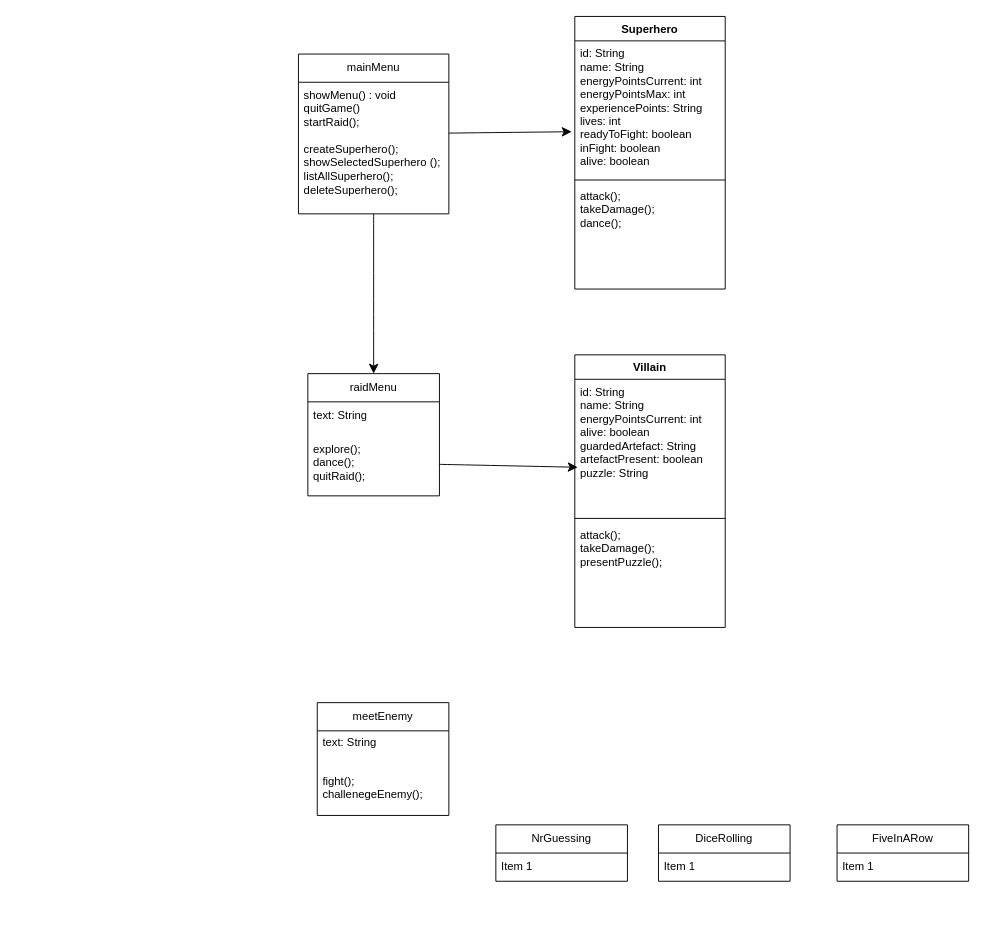
HansKircheisenHTW/programmierprojekt-prog keeps this draw.io diagram as page "Kopie von Page-1" (2 of 2) of Hauptmenü KD.drawio. Above is the earlier version. Source tidied: cells renumbered, new cells numbered last; positions are measured from the earlier drawing's top-left corner, leaving out a move shared by most shapes. Both pictures are drawn from the tidied source at 94%, with x=0, y=0 at pixel (298, 16).
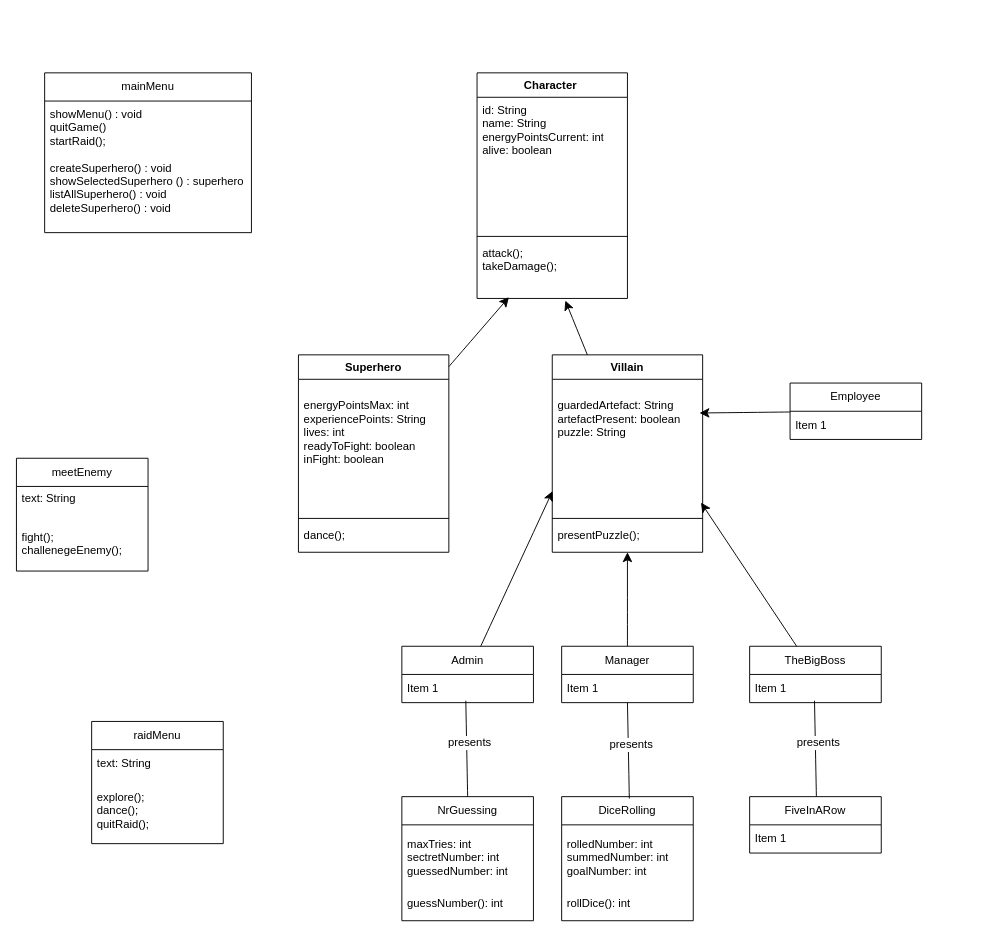
Above is the later version.

The change refers to these unchanged cells:
```xml
<mxCell id="14" value="explore();&lt;div&gt;dance();&amp;nbsp;&lt;/div&gt;&lt;div&gt;quitRaid();&lt;/div&gt;" style="text;strokeColor=none;fillColor=none;align=left;verticalAlign=middle;spacingLeft=4;spacingRight=4;overflow=hidden;points=[[0,0.5],[1,0.5]];portConstraint=eastwest;whiteSpace=wrap;html=1;" parent="12" vertex="1">
  <mxGeometry y="60" width="140" height="70" as="geometry" />
</mxCell>
```

Change to the diagram source:
```diff
@@
     <mxCell id="2" value="Superhero" style="swimlane;fontStyle=1;align=center;verticalAlign=top;horizontal=1;startSize=26;whiteSpace=wrap;html=1;" parent="1" vertex="1">
-      <mxGeometry x="294" width="160" height="290" as="geometry" />
+      <mxGeometry y="360" width="160" height="210" as="geometry" />
     </mxCell>
-    <mxCell id="3" value="id: String&amp;nbsp;&lt;div&gt;name: String&lt;/div&gt;&lt;div&gt;energyPointsCurrent: int&amp;nbsp;&lt;/div&gt;&lt;div&gt;energyPointsMax: int&lt;/div&gt;&lt;div&gt;experiencePoints: String&lt;/div&gt;&lt;div&gt;lives: int&lt;/div&gt;&lt;div&gt;readyToFight: boolean&lt;/div&gt;&lt;div&gt;inFight: boolean&amp;nbsp;&lt;/div&gt;&lt;div&gt;alive: boolean&amp;nbsp;&lt;/div&gt;&lt;div&gt;&lt;br&gt;&lt;/div&gt;" style="text;strokeColor=none;fillColor=none;align=left;verticalAlign=top;spacingLeft=4;spacingRight=4;overflow=hidden;points=[[0,0.5],[1,0.5]];portConstraint=eastwest;whiteSpace=wrap;html=1;" parent="2" vertex="1">
+    <mxCell id="3" value="&lt;br&gt;&lt;div&gt;energyPointsMax: int&lt;/div&gt;&lt;div&gt;experiencePoints: String&lt;/div&gt;&lt;div&gt;lives: int&lt;/div&gt;&lt;div&gt;readyToFight: boolean&lt;/div&gt;&lt;div&gt;inFight: boolean&amp;nbsp;&lt;/div&gt;&lt;div&gt;&lt;br&gt;&lt;/div&gt;&lt;div&gt;&lt;br&gt;&lt;/div&gt;&lt;div&gt;&lt;br&gt;&lt;/div&gt;" style="text;strokeColor=none;fillColor=none;align=left;verticalAlign=top;spacingLeft=4;spacingRight=4;overflow=hidden;points=[[0,0.5],[1,0.5]];portConstraint=eastwest;whiteSpace=wrap;html=1;" parent="2" vertex="1">
       <mxGeometry y="26" width="160" height="144" as="geometry" />
     </mxCell>
@@
-    <mxCell id="5" value="&lt;div&gt;&lt;div&gt;attack();&lt;/div&gt;&lt;/div&gt;&lt;div&gt;takeDamage();&lt;/div&gt;&lt;div&gt;dance();&lt;/div&gt;&lt;div&gt;&lt;br&gt;&lt;/div&gt;" style="text;strokeColor=none;fillColor=none;align=left;verticalAlign=top;spacingLeft=4;spacingRight=4;overflow=hidden;whiteSpace=wrap;html=1;" parent="2" vertex="1">
-      <mxGeometry y="178" width="160" height="112" as="geometry" />
+    <mxCell id="5" value="&lt;div&gt;&lt;div&gt;dance();&lt;br&gt;&lt;/div&gt;&lt;/div&gt;&lt;div&gt;&lt;br&gt;&lt;/div&gt;" style="text;strokeColor=none;fillColor=none;align=left;verticalAlign=top;spacingLeft=4;spacingRight=4;overflow=hidden;whiteSpace=wrap;html=1;" parent="2" vertex="1">
+      <mxGeometry y="178" width="160" height="32" as="geometry" />
     </mxCell>
     <mxCell id="6" value="Villain" style="swimlane;fontStyle=1;align=center;verticalAlign=top;horizontal=1;startSize=26;whiteSpace=wrap;html=1;" parent="1" vertex="1">
-      <mxGeometry x="294" y="360" width="160" height="290" as="geometry" />
+      <mxGeometry x="270" y="360" width="160" height="210" as="geometry" />
     </mxCell>
-    <mxCell id="7" value="id: String&amp;nbsp;&lt;div&gt;name: String&lt;/div&gt;&lt;div&gt;energyPointsCurrent: int&amp;nbsp;&lt;/div&gt;&lt;div&gt;alive: boolean&amp;nbsp;&lt;/div&gt;&lt;div&gt;guardedArtefact: String&lt;/div&gt;&lt;div&gt;artefactPresent: boolean&amp;nbsp;&lt;/div&gt;&lt;div&gt;puzzle: String&lt;/div&gt;" style="text;strokeColor=none;fillColor=none;align=left;verticalAlign=top;spacingLeft=4;spacingRight=4;overflow=hidden;points=[[0,0.5],[1,0.5]];portConstraint=eastwest;whiteSpace=wrap;html=1;" parent="6" vertex="1">
+    <mxCell id="7" value="&lt;div&gt;&lt;br&gt;&lt;/div&gt;&lt;div&gt;guardedArtefact: String&lt;/div&gt;&lt;div&gt;artefactPresent: boolean&amp;nbsp;&lt;/div&gt;&lt;div&gt;puzzle: String&lt;/div&gt;" style="text;strokeColor=none;fillColor=none;align=left;verticalAlign=top;spacingLeft=4;spacingRight=4;overflow=hidden;points=[[0,0.5],[1,0.5]];portConstraint=eastwest;whiteSpace=wrap;html=1;" parent="6" vertex="1">
       <mxGeometry y="26" width="160" height="144" as="geometry" />
     </mxCell>
@@
-    <mxCell id="9" value="&lt;div&gt;&lt;div&gt;attack();&lt;/div&gt;&lt;/div&gt;&lt;div&gt;takeDamage();&lt;/div&gt;&lt;div&gt;presentPuzzle();&amp;nbsp;&lt;/div&gt;" style="text;strokeColor=none;fillColor=none;align=left;verticalAlign=top;spacingLeft=4;spacingRight=4;overflow=hidden;points=[[0,0.5],[1,0.5]];portConstraint=eastwest;whiteSpace=wrap;html=1;" parent="6" vertex="1">
-      <mxGeometry y="178" width="160" height="112" as="geometry" />
+    <mxCell id="9" value="&lt;div&gt;&lt;div&gt;presentPuzzle();&amp;nbsp;&lt;br&gt;&lt;/div&gt;&lt;/div&gt;" style="text;strokeColor=none;fillColor=none;align=left;verticalAlign=top;spacingLeft=4;spacingRight=4;overflow=hidden;points=[[0,0.5],[1,0.5]];portConstraint=eastwest;whiteSpace=wrap;html=1;" parent="6" vertex="1">
+      <mxGeometry y="178" width="160" height="32" as="geometry" />
     </mxCell>
     <mxCell id="10" value="mainMenu" style="swimlane;fontStyle=0;horizontal=1;startSize=30;whiteSpace=wrap;html=1;" parent="1" vertex="1">
-      <mxGeometry y="40" width="160" height="170" as="geometry" />
+      <mxGeometry x="-270" y="60" width="220" height="170" as="geometry" />
     </mxCell>
-    <mxCell id="11" value="&lt;div&gt;showMenu() : void &amp;nbsp;&lt;/div&gt;&lt;div&gt;quitGame()&lt;/div&gt;&lt;div&gt;&lt;span style=&quot;text-align: center;&quot;&gt;startRaid();&lt;/span&gt;&lt;br&gt;&lt;/div&gt;&lt;div&gt;&lt;span style=&quot;text-align: center;&quot;&gt;&lt;br&gt;&lt;/span&gt;&lt;/div&gt;&lt;div&gt;createSuperhero();&lt;div&gt;showSelectedSuperhero ();&lt;/div&gt;&lt;div&gt;listAllSuperhero();&amp;nbsp;&lt;/div&gt;&lt;div&gt;deleteSuperhero();&amp;nbsp;&lt;/div&gt;&lt;/div&gt;&lt;div&gt;&lt;br&gt;&lt;/div&gt;" style="text;strokeColor=none;fillColor=none;align=left;verticalAlign=top;spacingLeft=4;spacingRight=4;overflow=hidden;points=[[0,0.5],[1,0.5]];portConstraint=eastwest;whiteSpace=wrap;html=1;" parent="10" vertex="1">
-      <mxGeometry y="30" width="160" height="140" as="geometry" />
+    <mxCell id="11" value="&lt;div&gt;showMenu() : void &amp;nbsp;&lt;/div&gt;&lt;div&gt;quitGame()&lt;/div&gt;&lt;div&gt;&lt;span style=&quot;text-align: center;&quot;&gt;startRaid();&lt;/span&gt;&lt;br&gt;&lt;/div&gt;&lt;div&gt;&lt;span style=&quot;text-align: center;&quot;&gt;&lt;br&gt;&lt;/span&gt;&lt;/div&gt;&lt;div&gt;createSuperhero() : void&lt;div&gt;showSelectedSuperhero () : superhero&lt;/div&gt;&lt;div&gt;listAllSuperhero() : void&amp;nbsp;&lt;/div&gt;&lt;div&gt;deleteSuperhero() : void&amp;nbsp;&lt;/div&gt;&lt;/div&gt;&lt;div&gt;&lt;br&gt;&lt;/div&gt;" style="text;strokeColor=none;fillColor=none;align=left;verticalAlign=top;spacingLeft=4;spacingRight=4;overflow=hidden;points=[[0,0.5],[1,0.5]];portConstraint=eastwest;whiteSpace=wrap;html=1;" parent="10" vertex="1">
+      <mxGeometry y="30" width="220" height="140" as="geometry" />
     </mxCell>
     <mxCell id="12" value="raidMenu" style="swimlane;fontStyle=0;horizontal=1;startSize=30;whiteSpace=wrap;html=1;" parent="1" vertex="1">
-      <mxGeometry x="10" y="380" width="140" height="130" as="geometry" />
+      <mxGeometry x="-220" y="750" width="140" height="130" as="geometry" />
     </mxCell>
@@
     <mxCell id="15" value="meetEnemy" style="swimlane;fontStyle=0;horizontal=1;startSize=30;whiteSpace=wrap;html=1;" parent="1" vertex="1">
-      <mxGeometry x="20" y="730" width="140" height="120" as="geometry" />
+      <mxGeometry x="-300" y="470" width="140" height="120" as="geometry" />
     </mxCell>
@@
     <mxCell id="18" value="NrGuessing" style="swimlane;fontStyle=0;horizontal=1;startSize=30;whiteSpace=wrap;html=1;" parent="1" vertex="1">
-      <mxGeometry x="210" y="860" width="140" height="60" as="geometry" />
+      <mxGeometry x="110" y="830" width="140" height="132" as="geometry" />
     </mxCell>
-    <mxCell id="19" value="Item 1" style="text;strokeColor=none;fillColor=none;align=left;verticalAlign=middle;spacingLeft=4;spacingRight=4;overflow=hidden;whiteSpace=wrap;html=1;" parent="18" vertex="1">
-      <mxGeometry y="30" width="140" height="30" as="geometry" />
+    <mxCell id="19" value="maxTries: int&lt;div&gt;sectretNumber: int&amp;nbsp;&lt;/div&gt;&lt;div&gt;guessedNumber: int&lt;/div&gt;" style="text;strokeColor=none;fillColor=none;align=left;verticalAlign=middle;spacingLeft=4;spacingRight=4;overflow=hidden;whiteSpace=wrap;html=1;" parent="18" vertex="1">
+      <mxGeometry y="30" width="140" height="70" as="geometry" />
     </mxCell>
+    <mxCell id="28" value="&lt;div&gt;&lt;div&gt;guessNumber(): int&amp;nbsp;&lt;/div&gt;&lt;/div&gt;&lt;div&gt;&lt;br&gt;&lt;/div&gt;" style="text;strokeColor=none;fillColor=none;align=left;verticalAlign=top;spacingLeft=4;spacingRight=4;overflow=hidden;whiteSpace=wrap;html=1;" parent="18" vertex="1">
+      <mxGeometry y="100" width="140" height="32" as="geometry" />
+    </mxCell>
     <mxCell id="20" value="DiceRolling" style="swimlane;fontStyle=0;horizontal=1;startSize=30;whiteSpace=wrap;html=1;" parent="1" vertex="1">
-      <mxGeometry x="383" y="860" width="140" height="60" as="geometry" />
+      <mxGeometry x="280" y="830" width="140" height="132" as="geometry" />
     </mxCell>
-    <mxCell id="21" value="Item 1" style="text;strokeColor=none;fillColor=none;align=left;verticalAlign=middle;spacingLeft=4;spacingRight=4;overflow=hidden;whiteSpace=wrap;html=1;" parent="20" vertex="1">
-      <mxGeometry y="30" width="140" height="30" as="geometry" />
+    <mxCell id="21" value="rolledNumber: int&amp;nbsp;&lt;div&gt;summedNumber: int&lt;/div&gt;&lt;div&gt;goalNumber: int &amp;nbsp;&lt;/div&gt;" style="text;strokeColor=none;fillColor=none;align=left;verticalAlign=middle;spacingLeft=4;spacingRight=4;overflow=hidden;whiteSpace=wrap;html=1;" parent="20" vertex="1">
+      <mxGeometry y="30" width="140" height="70" as="geometry" />
     </mxCell>
+    <mxCell id="29" value="&lt;div&gt;&lt;div&gt;rollDice(): int&amp;nbsp;&lt;/div&gt;&lt;/div&gt;&lt;div&gt;&lt;br&gt;&lt;/div&gt;" style="text;strokeColor=none;fillColor=none;align=left;verticalAlign=top;spacingLeft=4;spacingRight=4;overflow=hidden;whiteSpace=wrap;html=1;" parent="20" vertex="1">
+      <mxGeometry y="100" width="140" height="32" as="geometry" />
+    </mxCell>
     <mxCell id="22" value="FiveInARow" style="swimlane;fontStyle=0;horizontal=1;startSize=30;whiteSpace=wrap;html=1;" parent="1" vertex="1">
-      <mxGeometry x="573" y="860" width="140" height="60" as="geometry" />
+      <mxGeometry x="480" y="830" width="140" height="60" as="geometry" />
     </mxCell>
@@
-    <mxCell id="25" style="edgeStyle=none;curved=1;rounded=0;jettySize=auto;html=1;fontSize=12;startSize=8;endSize=8;" parent="1" edge="1" source="11" target="12">
-      <mxGeometry relative="1" as="geometry" />
-    </mxCell>
-    <mxCell id="26" style="edgeStyle=none;curved=1;rounded=0;jettySize=auto;html=1;entryX=-0.021;entryY=0.671;entryDx=0;entryDy=0;entryPerimeter=0;fontSize=12;startSize=8;endSize=8;" parent="1" edge="1" source="10" target="3">
-      <mxGeometry relative="1" as="geometry" />
-    </mxCell>
-    <mxCell id="27" style="edgeStyle=none;curved=1;rounded=0;jettySize=auto;html=1;entryX=0.019;entryY=0.65;entryDx=0;entryDy=0;entryPerimeter=0;fontSize=12;startSize=8;endSize=8;" parent="1" edge="1" source="14" target="7">
-      <mxGeometry relative="1" as="geometry" />
-    </mxCell>
+    <mxCell id="30" value="Employee" style="swimlane;fontStyle=0;horizontal=1;startSize=30;whiteSpace=wrap;html=1;" parent="1" vertex="1">
+      <mxGeometry x="523" y="390" width="140" height="60" as="geometry" />
+    </mxCell>
+    <mxCell id="31" value="Item 1" style="text;strokeColor=none;fillColor=none;align=left;verticalAlign=middle;spacingLeft=4;spacingRight=4;overflow=hidden;whiteSpace=wrap;html=1;" parent="30" vertex="1">
+      <mxGeometry y="30" width="140" height="30" as="geometry" />
+    </mxCell>
+    <mxCell id="32" value="Admin" style="swimlane;fontStyle=0;horizontal=1;startSize=30;whiteSpace=wrap;html=1;" parent="1" vertex="1">
+      <mxGeometry x="110" y="670" width="140" height="60" as="geometry" />
+    </mxCell>
+    <mxCell id="33" value="Item 1" style="text;strokeColor=none;fillColor=none;align=left;verticalAlign=middle;spacingLeft=4;spacingRight=4;overflow=hidden;points=[[0,0.5],[1,0.5]];portConstraint=eastwest;whiteSpace=wrap;html=1;" parent="32" vertex="1">
+      <mxGeometry y="30" width="140" height="30" as="geometry" />
+    </mxCell>
+    <mxCell id="34" style="edgeStyle=none;curved=1;rounded=0;jettySize=auto;html=1;fontSize=12;startSize=8;endSize=8;" parent="1" edge="1" source="35" target="9">
+      <mxGeometry relative="1" as="geometry" />
+    </mxCell>
+    <mxCell id="35" value="Manager" style="swimlane;fontStyle=0;horizontal=1;startSize=30;whiteSpace=wrap;html=1;" parent="1" vertex="1">
+      <mxGeometry x="280" y="670" width="140" height="60" as="geometry" />
+    </mxCell>
+    <mxCell id="36" value="Item 1" style="text;strokeColor=none;fillColor=none;align=left;verticalAlign=middle;spacingLeft=4;spacingRight=4;overflow=hidden;whiteSpace=wrap;html=1;" parent="35" vertex="1">
+      <mxGeometry y="30" width="140" height="30" as="geometry" />
+    </mxCell>
+    <mxCell id="37" value="TheBigBoss" style="swimlane;fontStyle=0;horizontal=1;startSize=30;whiteSpace=wrap;html=1;" parent="1" vertex="1">
+      <mxGeometry x="480" y="670" width="140" height="60" as="geometry" />
+    </mxCell>
+    <mxCell id="38" value="Item 1" style="text;strokeColor=none;fillColor=none;align=left;verticalAlign=middle;spacingLeft=4;spacingRight=4;overflow=hidden;whiteSpace=wrap;html=1;" parent="37" vertex="1">
+      <mxGeometry y="30" width="140" height="30" as="geometry" />
+    </mxCell>
+    <mxCell id="39" style="edgeStyle=none;curved=1;rounded=0;jettySize=auto;html=1;entryX=0.979;entryY=0.249;entryDx=0;entryDy=0;entryPerimeter=0;fontSize=12;startSize=8;endSize=8;" parent="1" edge="1" source="30" target="7">
+      <mxGeometry relative="1" as="geometry" />
+    </mxCell>
+    <mxCell id="40" style="edgeStyle=none;curved=1;rounded=0;jettySize=auto;html=1;entryX=0.989;entryY=0.911;entryDx=0;entryDy=0;entryPerimeter=0;fontSize=12;startSize=8;endSize=8;" parent="1" edge="1" source="37" target="7">
+      <mxGeometry relative="1" as="geometry" />
+    </mxCell>
+    <mxCell id="41" style="endArrow=none;html=1;rounded=0;fontSize=12;startSize=8;endSize=8;curved=1;exitX=0.5;exitY=0;exitDx=0;exitDy=0;entryX=0.486;entryY=0.933;entryDx=0;entryDy=0;entryPerimeter=0;" parent="1" edge="1" source="18" target="33">
+      <mxGeometry relative="1" as="geometry" />
+    </mxCell>
+    <mxCell id="42" value="presents" style="edgeLabel;html=1;align=center;verticalAlign=middle;fontSize=12;" parent="41" vertex="1">
+      <mxGeometry x="0.11" y="-3" relative="1" as="geometry" />
+    </mxCell>
+    <mxCell id="43" value="Character&amp;nbsp;" style="swimlane;fontStyle=1;align=center;verticalAlign=top;horizontal=1;startSize=26;whiteSpace=wrap;html=1;" parent="1" vertex="1">
+      <mxGeometry x="190" y="60" width="160" height="240" as="geometry" />
+    </mxCell>
+    <mxCell id="44" value="id: String&amp;nbsp;&lt;div&gt;name: String&lt;/div&gt;&lt;div&gt;energyPointsCurrent: int&lt;/div&gt;&lt;div&gt;alive: boolean&amp;nbsp;&lt;/div&gt;&lt;div&gt;&lt;br&gt;&lt;/div&gt;&lt;div&gt;&lt;br&gt;&lt;/div&gt;" style="text;strokeColor=none;fillColor=none;align=left;verticalAlign=top;spacingLeft=4;spacingRight=4;overflow=hidden;whiteSpace=wrap;html=1;" parent="43" vertex="1">
+      <mxGeometry y="26" width="160" height="144" as="geometry" />
+    </mxCell>
+    <mxCell id="45" style="line;strokeWidth=1;fillColor=none;align=left;verticalAlign=middle;spacingTop=-1;spacingLeft=3;spacingRight=3;labelPosition=right;strokeColor=inherit;" parent="43" vertex="1">
+      <mxGeometry y="170" width="160" height="8" as="geometry" />
+    </mxCell>
+    <mxCell id="46" value="&lt;div&gt;&lt;div&gt;attack();&lt;/div&gt;&lt;/div&gt;&lt;div&gt;takeDamage();&lt;/div&gt;&lt;div&gt;&lt;br&gt;&lt;/div&gt;" style="text;strokeColor=none;fillColor=none;align=left;verticalAlign=top;spacingLeft=4;spacingRight=4;overflow=hidden;points=[[0,0.5],[1,0.5]];portConstraint=eastwest;whiteSpace=wrap;html=1;" parent="43" vertex="1">
+      <mxGeometry y="178" width="160" height="62" as="geometry" />
+    </mxCell>
+    <mxCell id="47" style="edgeStyle=none;curved=1;rounded=0;jettySize=auto;html=1;entryX=0.212;entryY=0.978;entryDx=0;entryDy=0;entryPerimeter=0;fontSize=12;startSize=8;endSize=8;" parent="1" edge="1" source="2" target="46">
+      <mxGeometry relative="1" as="geometry" />
+    </mxCell>
+    <mxCell id="48" style="edgeStyle=none;curved=1;rounded=0;jettySize=auto;html=1;entryX=0.587;entryY=1.037;entryDx=0;entryDy=0;entryPerimeter=0;fontSize=12;startSize=8;endSize=8;" parent="1" edge="1" source="6" target="46">
+      <mxGeometry relative="1" as="geometry" />
+    </mxCell>
+    <mxCell id="49" style="edgeStyle=none;curved=1;rounded=0;jettySize=auto;html=1;entryX=0.002;entryY=0.826;entryDx=0;entryDy=0;entryPerimeter=0;fontSize=12;startSize=8;endSize=8;" parent="1" edge="1" source="32" target="7">
+      <mxGeometry relative="1" as="geometry" />
+    </mxCell>
+    <mxCell id="50" style="endArrow=none;html=1;rounded=0;fontSize=12;startSize=8;endSize=8;curved=1;exitX=0.5;exitY=0;exitDx=0;exitDy=0;entryX=0.486;entryY=0.933;entryDx=0;entryDy=0;entryPerimeter=0;" parent="1" edge="1">
+      <mxGeometry relative="1" as="geometry">
+        <mxPoint x="352" y="832" as="sourcePoint" />
+        <mxPoint x="350" y="730" as="targetPoint" />
+      </mxGeometry>
+    </mxCell>
+    <mxCell id="51" value="presents" style="edgeLabel;html=1;align=center;verticalAlign=middle;fontSize=12;" parent="50" vertex="1">
+      <mxGeometry x="0.11" y="-3" relative="1" as="geometry" />
+    </mxCell>
+    <mxCell id="52" style="endArrow=none;html=1;rounded=0;fontSize=12;startSize=8;endSize=8;curved=1;exitX=0.5;exitY=0;exitDx=0;exitDy=0;entryX=0.486;entryY=0.933;entryDx=0;entryDy=0;entryPerimeter=0;" parent="1" edge="1">
+      <mxGeometry relative="1" as="geometry">
+        <mxPoint x="551" y="830" as="sourcePoint" />
+        <mxPoint x="549" y="728" as="targetPoint" />
+      </mxGeometry>
+    </mxCell>
+    <mxCell id="53" value="presents" style="edgeLabel;html=1;align=center;verticalAlign=middle;fontSize=12;" parent="52" vertex="1">
+      <mxGeometry x="0.11" y="-3" relative="1" as="geometry" />
+    </mxCell>
```
